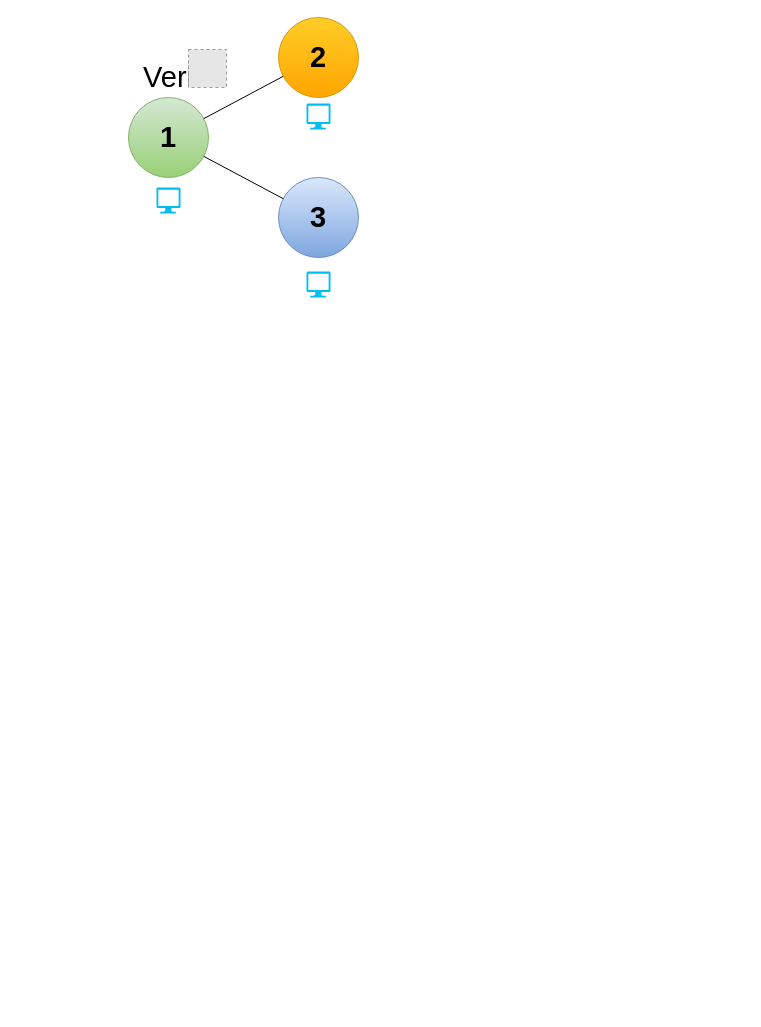
This is page "IP" (4 of 7) of mavenFlow.drawio from aysedemirel/aysedemirel.github.io, a draw.io file, before an edit. Source tidied: cells renumbered, new cells numbered last; positions are measured from the earlier drawing's top-left corner, leaving out a move shared by most shapes. Both pictures are drawn from the tidied source at 100%, with x=0, y=0 at pixel (128, 17). Pictures stored in the file or linked from it are replaced by grey dashed boxes.
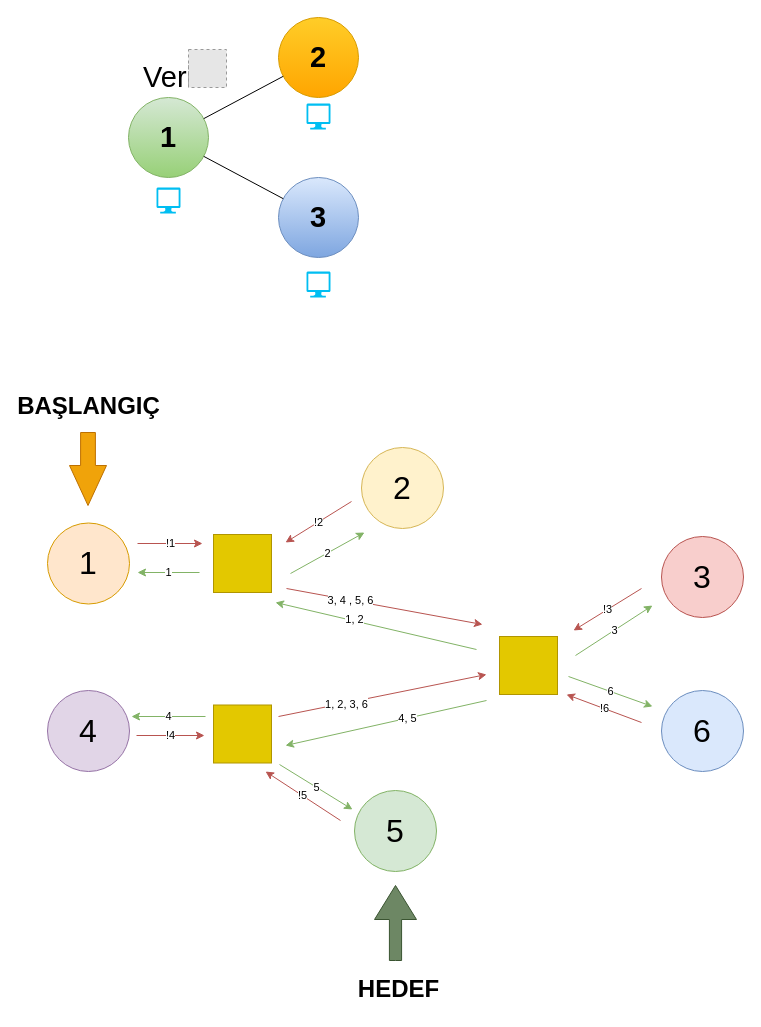
The same diagram, later.

What changed in the source:
```diff
@@
+    <mxCell id="12" value="&lt;font style=&quot;font-size: 32px&quot;&gt;1&lt;/font&gt;" style="ellipse;whiteSpace=wrap;html=1;fillColor=#ffe6cc;strokeColor=#d79b00;" parent="1" vertex="1">
+      <mxGeometry x="-81" y="505.5" width="82" height="81" as="geometry" />
+    </mxCell>
+    <mxCell id="13" value="&lt;font style=&quot;font-size: 32px&quot;&gt;2&lt;/font&gt;" style="ellipse;whiteSpace=wrap;html=1;fillColor=#fff2cc;strokeColor=#d6b656;" parent="1" vertex="1">
+      <mxGeometry x="233" y="430" width="82" height="81" as="geometry" />
+    </mxCell>
+    <mxCell id="14" value="&lt;font style=&quot;font-size: 32px&quot;&gt;3&lt;/font&gt;" style="ellipse;whiteSpace=wrap;html=1;fillColor=#f8cecc;strokeColor=#b85450;" parent="1" vertex="1">
+      <mxGeometry x="533" y="519" width="82" height="81" as="geometry" />
+    </mxCell>
+    <mxCell id="15" value="&lt;font style=&quot;font-size: 32px&quot;&gt;4&lt;/font&gt;" style="ellipse;whiteSpace=wrap;html=1;fillColor=#e1d5e7;strokeColor=#9673a6;" parent="1" vertex="1">
+      <mxGeometry x="-81" y="673" width="82" height="81" as="geometry" />
+    </mxCell>
+    <mxCell id="16" value="&lt;font style=&quot;font-size: 32px&quot;&gt;5&lt;/font&gt;" style="ellipse;whiteSpace=wrap;html=1;fillColor=#d5e8d4;strokeColor=#82b366;" parent="1" vertex="1">
+      <mxGeometry x="226" y="773" width="82" height="81" as="geometry" />
+    </mxCell>
+    <mxCell id="17" value="&lt;font style=&quot;font-size: 32px&quot;&gt;6&lt;/font&gt;" style="ellipse;whiteSpace=wrap;html=1;fillColor=#dae8fc;strokeColor=#6c8ebf;" parent="1" vertex="1">
+      <mxGeometry x="533" y="673" width="82" height="81" as="geometry" />
+    </mxCell>
+    <mxCell id="18" style="whiteSpace=wrap;html=1;fillColor=#e3c800;strokeColor=#B09500;fontColor=#000000;" parent="1" vertex="1">
+      <mxGeometry x="85" y="517" width="58" height="58" as="geometry" />
+    </mxCell>
+    <mxCell id="19" style="whiteSpace=wrap;html=1;fillColor=#e3c800;strokeColor=#B09500;fontColor=#000000;" parent="1" vertex="1">
+      <mxGeometry x="371" y="619" width="58" height="58" as="geometry" />
+    </mxCell>
+    <mxCell id="20" style="whiteSpace=wrap;html=1;fillColor=#e3c800;strokeColor=#B09500;fontColor=#000000;" parent="1" vertex="1">
+      <mxGeometry x="85" y="687.5" width="58" height="58" as="geometry" />
+    </mxCell>
+    <mxCell id="21" value="!1" style="endArrow=classic;html=1;fillColor=#f8cecc;strokeColor=#b85450;gradientColor=#ea6b66;" parent="1" edge="1">
+      <mxGeometry relative="1" as="geometry">
+        <mxPoint x="9" y="526" as="sourcePoint" />
+        <mxPoint x="74" y="526" as="targetPoint" />
+      </mxGeometry>
+    </mxCell>
+    <mxCell id="22" value="1" style="endArrow=classic;html=1;fillColor=#d5e8d4;strokeColor=#82b366;gradientColor=#97d077;" parent="1" edge="1">
+      <mxGeometry relative="1" as="geometry">
+        <mxPoint x="71" y="555" as="sourcePoint" />
+        <mxPoint x="9" y="555" as="targetPoint" />
+      </mxGeometry>
+    </mxCell>
+    <mxCell id="23" value="!2" style="endArrow=classic;html=1;gradientColor=#ea6b66;fillColor=#f8cecc;strokeColor=#b85450;" parent="1" edge="1">
+      <mxGeometry relative="1" as="geometry">
+        <mxPoint x="223" y="484" as="sourcePoint" />
+        <mxPoint x="157" y="525" as="targetPoint" />
+      </mxGeometry>
+    </mxCell>
+    <mxCell id="24" value="2" style="endArrow=classic;html=1;gradientColor=#97d077;fillColor=#d5e8d4;strokeColor=#82b366;" parent="1" edge="1">
+      <mxGeometry relative="1" as="geometry">
+        <mxPoint x="162" y="556" as="sourcePoint" />
+        <mxPoint x="236" y="515" as="targetPoint" />
+      </mxGeometry>
+    </mxCell>
+    <mxCell id="25" style="endArrow=classic;html=1;gradientColor=#ea6b66;fillColor=#f8cecc;strokeColor=#b85450;" parent="1" edge="1">
+      <mxGeometry relative="1" as="geometry">
+        <mxPoint x="158" y="571" as="sourcePoint" />
+        <mxPoint x="354" y="607" as="targetPoint" />
+      </mxGeometry>
+    </mxCell>
+    <mxCell id="26" value="3, 4 , 5, 6" style="edgeLabel;html=1;align=center;verticalAlign=middle;" parent="25" vertex="1">
+      <mxGeometry x="-0.35" relative="1" as="geometry" />
+    </mxCell>
+    <mxCell id="27" style="endArrow=classic;html=1;gradientColor=#97d077;fillColor=#d5e8d4;strokeColor=#82b366;" parent="1" edge="1">
+      <mxGeometry relative="1" as="geometry">
+        <mxPoint x="348" y="632" as="sourcePoint" />
+        <mxPoint x="147" y="585" as="targetPoint" />
+      </mxGeometry>
+    </mxCell>
+    <mxCell id="28" value="1, 2" style="edgeLabel;html=1;align=center;verticalAlign=middle;" parent="27" vertex="1">
+      <mxGeometry x="0.22" y="-2" relative="1" as="geometry" />
+    </mxCell>
+    <mxCell id="29" value="3" style="endArrow=classic;html=1;gradientColor=#97d077;fillColor=#d5e8d4;strokeColor=#82b366;" parent="1" edge="1">
+      <mxGeometry relative="1" as="geometry">
+        <mxPoint x="447" y="638" as="sourcePoint" />
+        <mxPoint x="524" y="588" as="targetPoint" />
+      </mxGeometry>
+    </mxCell>
+    <mxCell id="30" value="!3" style="endArrow=classic;html=1;gradientColor=#ea6b66;fillColor=#f8cecc;strokeColor=#b85450;" parent="1" edge="1">
+      <mxGeometry relative="1" as="geometry">
+        <mxPoint x="513" y="571" as="sourcePoint" />
+        <mxPoint x="445" y="613" as="targetPoint" />
+      </mxGeometry>
+    </mxCell>
+    <mxCell id="31" value="!4" style="endArrow=classic;html=1;gradientColor=#ea6b66;fillColor=#f8cecc;strokeColor=#b85450;" parent="1" edge="1">
+      <mxGeometry relative="1" as="geometry">
+        <mxPoint x="8" y="718" as="sourcePoint" />
+        <mxPoint x="76" y="718" as="targetPoint" />
+      </mxGeometry>
+    </mxCell>
+    <mxCell id="32" value="4" style="endArrow=classic;html=1;gradientColor=#97d077;fillColor=#d5e8d4;strokeColor=#82b366;" parent="1" edge="1">
+      <mxGeometry relative="1" as="geometry">
+        <mxPoint x="77" y="699" as="sourcePoint" />
+        <mxPoint x="3" y="699" as="targetPoint" />
+      </mxGeometry>
+    </mxCell>
+    <mxCell id="33" style="endArrow=classic;html=1;gradientColor=#ea6b66;fillColor=#f8cecc;strokeColor=#b85450;" parent="1" edge="1">
+      <mxGeometry relative="1" as="geometry">
+        <mxPoint x="150" y="699" as="sourcePoint" />
+        <mxPoint x="358" y="657" as="targetPoint" />
+      </mxGeometry>
+    </mxCell>
+    <mxCell id="34" value="1, 2, 3, 6" style="edgeLabel;html=1;align=center;verticalAlign=middle;" parent="33" vertex="1">
+      <mxGeometry x="-0.35" y="-1" relative="1" as="geometry" />
+    </mxCell>
+    <mxCell id="35" style="endArrow=classic;html=1;gradientColor=#97d077;fillColor=#d5e8d4;strokeColor=#82b366;" parent="1" edge="1">
+      <mxGeometry relative="1" as="geometry">
+        <mxPoint x="358" y="683" as="sourcePoint" />
+        <mxPoint x="157" y="728" as="targetPoint" />
+      </mxGeometry>
+    </mxCell>
+    <mxCell id="36" value="4, 5" style="edgeLabel;html=1;align=center;verticalAlign=middle;" parent="35" vertex="1">
+      <mxGeometry x="-0.21" relative="1" as="geometry" />
+    </mxCell>
+    <mxCell id="37" value="5" style="endArrow=classic;html=1;gradientColor=#97d077;fillColor=#d5e8d4;strokeColor=#82b366;" parent="1" edge="1">
+      <mxGeometry relative="1" as="geometry">
+        <mxPoint x="151" y="747" as="sourcePoint" />
+        <mxPoint x="224" y="792" as="targetPoint" />
+      </mxGeometry>
+    </mxCell>
+    <mxCell id="38" value="!5" style="endArrow=classic;html=1;gradientColor=#ea6b66;fillColor=#f8cecc;strokeColor=#b85450;" parent="1" edge="1">
+      <mxGeometry relative="1" as="geometry">
+        <mxPoint x="212" y="803" as="sourcePoint" />
+        <mxPoint x="137" y="754" as="targetPoint" />
+      </mxGeometry>
+    </mxCell>
+    <mxCell id="39" value="6" style="endArrow=classic;html=1;gradientColor=#97d077;fillColor=#d5e8d4;strokeColor=#82b366;" parent="1" edge="1">
+      <mxGeometry relative="1" as="geometry">
+        <mxPoint x="440" y="659" as="sourcePoint" />
+        <mxPoint x="524" y="689" as="targetPoint" />
+      </mxGeometry>
+    </mxCell>
+    <mxCell id="40" value="!6" style="endArrow=classic;html=1;gradientColor=#ea6b66;fillColor=#f8cecc;strokeColor=#b85450;" parent="1" edge="1">
+      <mxGeometry relative="1" as="geometry">
+        <mxPoint x="513" y="705" as="sourcePoint" />
+        <mxPoint x="438" y="677" as="targetPoint" />
+      </mxGeometry>
+    </mxCell>
+    <mxCell id="41" style="html=1;shadow=0;dashed=0;align=center;verticalAlign=middle;shape=mxgraph.arrows2.arrow;dy=0.6;dx=40;direction=south;notch=0;strokeColor=#BD7000;fontColor=#000000;fillColor=#f0a30a;" parent="1" vertex="1">
+      <mxGeometry x="-59" y="415" width="37" height="73" as="geometry" />
+    </mxCell>
+    <mxCell id="42" style="html=1;shadow=0;dashed=0;align=center;verticalAlign=middle;shape=mxgraph.arrows2.arrow;dy=0.71;dx=34;direction=north;notch=0;fillColor=#6d8764;strokeColor=#3A5431;fontColor=#ffffff;" parent="1" vertex="1">
+      <mxGeometry x="246" y="868" width="42" height="75" as="geometry" />
+    </mxCell>
+    <mxCell id="43" value="BAŞLANGIÇ" style="text;strokeColor=none;fillColor=none;html=1;fontSize=24;fontStyle=1;verticalAlign=middle;align=center;" parent="1" vertex="1">
+      <mxGeometry x="-90" y="369" width="100" height="40" as="geometry" />
+    </mxCell>
+    <mxCell id="44" value="HEDEF" style="text;strokeColor=none;fillColor=none;html=1;fontSize=24;fontStyle=1;verticalAlign=middle;align=center;" parent="1" vertex="1">
+      <mxGeometry x="220" y="952" width="100" height="40" as="geometry" />
+    </mxCell>
```
